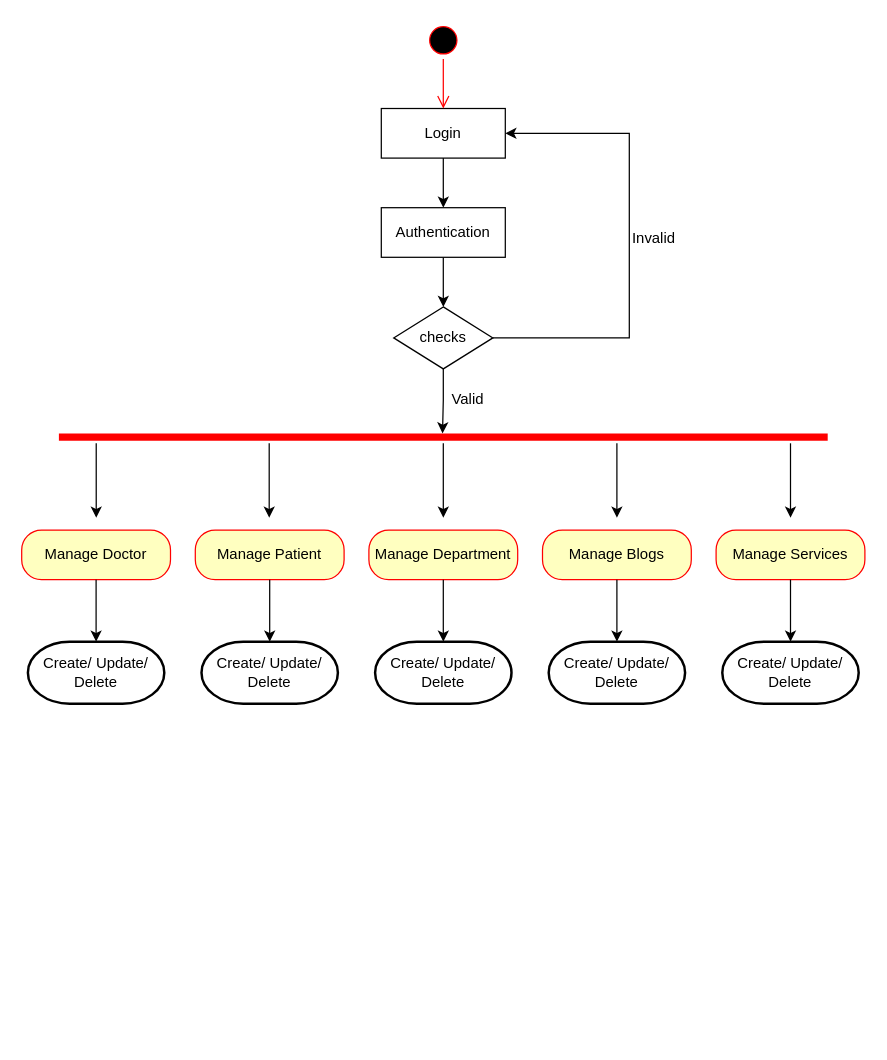
Above: activity_diag.drawio in sumangopalani/firstrepo (draw.io), before the change. Source tidied: cells renumbered, new cells numbered last; positions are measured from the earlier drawing's top-left corner, leaving out a move shared by most shapes. Both pictures are drawn from the tidied source at 124%, with x=0, y=0 at pixel (21, 21).
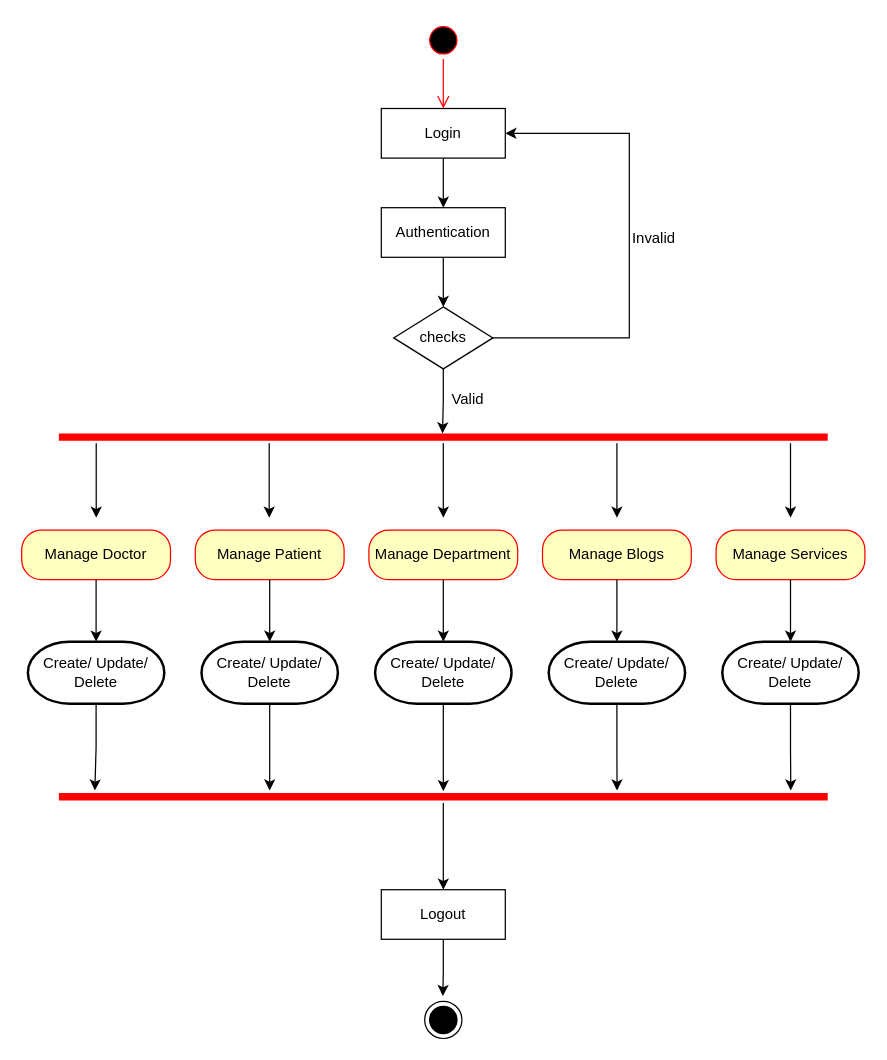
Above is the later version.

The change refers to these unchanged cells:
```xml
<mxCell id="21" value="Create/ Update/ Delete" style="strokeWidth=2;html=1;shape=mxgraph.flowchart.terminator;whiteSpace=wrap;" parent="1" vertex="1">
  <mxGeometry x="5" y="500" width="110" height="50" as="geometry" />
</mxCell>
<mxCell id="22" value="Create/ Update/ Delete" style="strokeWidth=2;html=1;shape=mxgraph.flowchart.terminator;whiteSpace=wrap;" parent="1" vertex="1">
  <mxGeometry x="145" y="500" width="110" height="50" as="geometry" />
</mxCell>
<mxCell id="23" value="Create/ Update/ Delete" style="strokeWidth=2;html=1;shape=mxgraph.flowchart.terminator;whiteSpace=wrap;" parent="1" vertex="1">
  <mxGeometry x="285" y="500" width="110" height="50" as="geometry" />
</mxCell>
<mxCell id="24" value="Create/ Update/ Delete" style="strokeWidth=2;html=1;shape=mxgraph.flowchart.terminator;whiteSpace=wrap;" parent="1" vertex="1">
  <mxGeometry x="425" y="500" width="110" height="50" as="geometry" />
</mxCell>
<mxCell id="25" value="Create/ Update/ Delete" style="strokeWidth=2;html=1;shape=mxgraph.flowchart.terminator;whiteSpace=wrap;" parent="1" vertex="1">
  <mxGeometry x="565" y="500" width="110" height="50" as="geometry" />
</mxCell>
```

Diff of the diagram source:
```diff
@@
+    <mxCell id="34" style="edgeStyle=orthogonalEdgeStyle;rounded=0;jettySize=auto;html=1;entryX=0.5;entryY=0;entryDx=0;entryDy=0;" parent="1" edge="1" source="35" target="41">
+      <mxGeometry relative="1" as="geometry" />
+    </mxCell>
+    <mxCell id="35" style="shape=line;html=1;strokeWidth=6;strokeColor=#ff0000;" parent="1" vertex="1">
+      <mxGeometry x="30" y="620" width="620" height="10" as="geometry" />
+    </mxCell>
+    <mxCell id="36" style="edgeStyle=orthogonalEdgeStyle;rounded=0;jettySize=auto;html=1;" parent="1" edge="1" source="21">
+      <mxGeometry relative="1" as="geometry">
+        <mxPoint x="59" y="620" as="targetPoint" />
+      </mxGeometry>
+    </mxCell>
+    <mxCell id="37" style="edgeStyle=orthogonalEdgeStyle;rounded=0;jettySize=auto;html=1;" parent="1" edge="1" source="22">
+      <mxGeometry relative="1" as="geometry">
+        <mxPoint x="200" y="620" as="targetPoint" />
+      </mxGeometry>
+    </mxCell>
+    <mxCell id="38" style="edgeStyle=orthogonalEdgeStyle;rounded=0;jettySize=auto;html=1;entryX=0.5;entryY=0.056;entryDx=0;entryDy=0;entryPerimeter=0;" parent="1" edge="1" source="23" target="35">
+      <mxGeometry relative="1" as="geometry" />
+    </mxCell>
+    <mxCell id="39" style="edgeStyle=orthogonalEdgeStyle;rounded=0;jettySize=auto;html=1;entryX=0.726;entryY=0;entryDx=0;entryDy=0;entryPerimeter=0;" parent="1" edge="1" source="24" target="35">
+      <mxGeometry relative="1" as="geometry" />
+    </mxCell>
+    <mxCell id="40" style="edgeStyle=orthogonalEdgeStyle;rounded=0;jettySize=auto;html=1;entryX=0.952;entryY=0;entryDx=0;entryDy=0;entryPerimeter=0;" parent="1" edge="1" source="25" target="35">
+      <mxGeometry relative="1" as="geometry" />
+    </mxCell>
+    <mxCell id="41" value="Logout" style="rounded=0;whiteSpace=wrap;html=1;" parent="1" vertex="1">
+      <mxGeometry x="290" y="700" width="100" height="40" as="geometry" />
+    </mxCell>
+    <mxCell id="42" style="ellipse;html=1;shape=endState;fillColor=strokeColor;" parent="1" vertex="1">
+      <mxGeometry x="325" y="790" width="30" height="30" as="geometry" />
+    </mxCell>
+    <mxCell id="43" style="edgeStyle=orthogonalEdgeStyle;rounded=0;jettySize=auto;html=1;entryX=0.489;entryY=-0.142;entryDx=0;entryDy=0;entryPerimeter=0;" parent="1" edge="1" source="41" target="42">
+      <mxGeometry relative="1" as="geometry" />
+    </mxCell>
```
